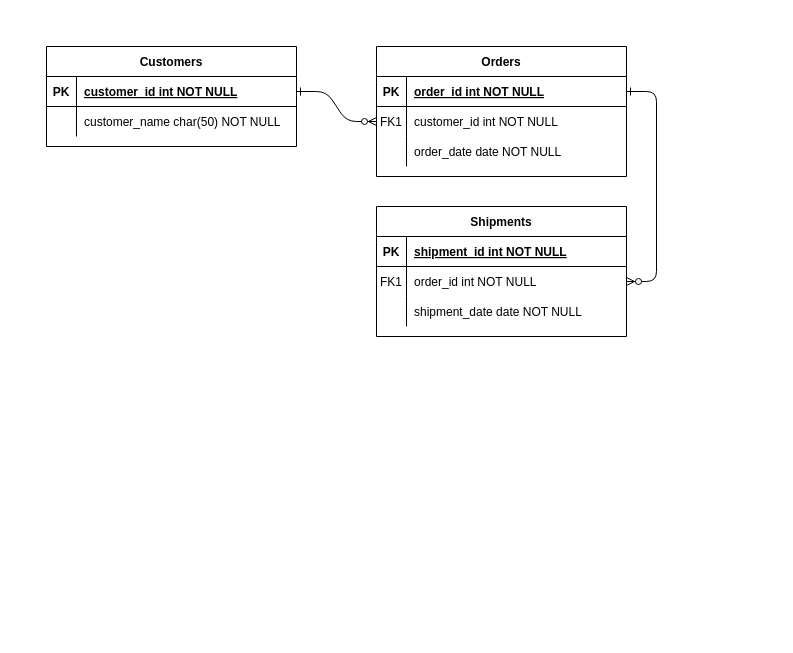
Above: Диаграмма без названия.drawio in KukharenkoArtem/geniuspython (draw.io), before the change. Source tidied: cells renumbered, new cells numbered last; positions are measured from the earlier drawing's top-left corner, leaving out a move shared by most shapes. Both pictures are drawn from the tidied source at 100%, with x=0, y=0 at pixel (46, 46).
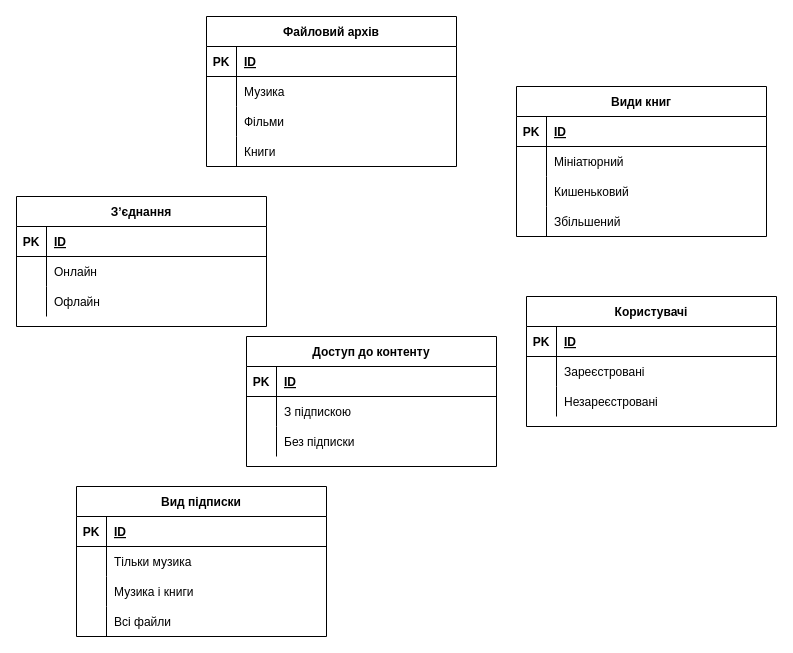
Above is the later version.

The change refers to these unchanged cells:
```xml
<mxCell id="5" style="shape=partialRectangle;fillColor=none;points=[[0,0.5],[1,0.5]];portConstraint=eastwest;top=0;left=0;right=0;bottom=1;" parent="4" vertex="1">
  <mxGeometry y="30" width="250" height="30" as="geometry" />
</mxCell>
<mxCell id="8" style="shape=partialRectangle;fillColor=none;points=[[0,0.5],[1,0.5]];portConstraint=eastwest;top=0;left=0;right=0;bottom=0;" parent="4" vertex="1">
  <mxGeometry y="60" width="250" height="30" as="geometry" />
</mxCell>
<mxCell id="11" style="shape=partialRectangle;fillColor=none;top=0;left=0;right=0;bottom=0;" parent="4" vertex="1">
  <mxGeometry y="90" width="250" height="30" as="geometry" />
</mxCell>
<mxCell id="15" style="shape=partialRectangle;fillColor=none;top=0;left=0;right=0;bottom=1;" parent="14" vertex="1">
  <mxGeometry y="30" width="250" height="30" as="geometry" />
</mxCell>
<mxCell id="18" style="shape=partialRectangle;fillColor=none;points=[[0,0.5],[1,0.5]];portConstraint=eastwest;top=0;left=0;right=0;bottom=0;" parent="14" vertex="1">
  <mxGeometry y="60" width="250" height="30" as="geometry" />
</mxCell>
<mxCell id="21" style="shape=partialRectangle;fillColor=none;top=0;left=0;right=0;bottom=0;" parent="14" vertex="1">
  <mxGeometry y="90" width="250" height="30" as="geometry" />
</mxCell>
<mxCell id="25" style="shape=partialRectangle;fillColor=none;points=[[0,0.5],[1,0.5]];portConstraint=eastwest;top=0;left=0;right=0;bottom=1;" parent="24" vertex="1">
  <mxGeometry y="30" width="250" height="30" as="geometry" />
</mxCell>
<mxCell id="28" style="shape=partialRectangle;fillColor=none;top=0;left=0;right=0;bottom=0;" parent="24" vertex="1">
  <mxGeometry y="60" width="250" height="30" as="geometry" />
</mxCell>
```

Change to the diagram source:
```diff
@@
-    <mxCell id="2" style="edgeStyle=entityRelationEdgeStyle;endArrow=ERzeroToMany;startArrow=ERone;endFill=1;startFill=0;" parent="1" edge="1" source="25" target="8">
-      <mxGeometry relative="1" as="geometry" />
-    </mxCell>
-    <mxCell id="3" style="edgeStyle=entityRelationEdgeStyle;endArrow=ERzeroToMany;startArrow=ERone;endFill=1;startFill=0;" parent="1" edge="1" source="5" target="18">
-      <mxGeometry relative="1" as="geometry" />
-    </mxCell>
-    <mxCell id="4" value="Orders" style="shape=table;startSize=30;childLayout=tableLayout;rowLines=0;fontStyle=1;align=center;" parent="1" vertex="1">
-      <mxGeometry x="330" width="250" height="130" as="geometry" />
+    <mxCell id="4" value="Користувачі" style="shape=table;startSize=30;childLayout=tableLayout;rowLines=0;fontStyle=1;align=center;" parent="1" vertex="1">
+      <mxGeometry x="480" y="250" width="250" height="130" as="geometry" />
     </mxCell>
@@
-    <mxCell id="7" value="order_id int NOT NULL " style="shape=partialRectangle;overflow=hidden;fillColor=none;top=0;left=0;bottom=0;right=0;align=left;spacingLeft=6;fontStyle=5;" parent="5" vertex="1">
+    <mxCell id="7" value="ID" style="shape=partialRectangle;overflow=hidden;fillColor=none;top=0;left=0;bottom=0;right=0;align=left;spacingLeft=6;fontStyle=5;" parent="5" vertex="1">
       <mxGeometry x="30" width="220" height="30" as="geometry" />
     </mxCell>
@@
-    <mxCell id="9" value="FK1" style="shape=partialRectangle;overflow=hidden;fillColor=none;top=0;left=0;bottom=0;right=0;" parent="8" vertex="1">
+    <mxCell id="9" style="shape=partialRectangle;overflow=hidden;fillColor=none;top=0;left=0;bottom=0;right=0;" parent="8" vertex="1">
       <mxGeometry width="30" height="30" as="geometry" />
     </mxCell>
-    <mxCell id="10" value="customer_id int NOT NULL" style="shape=partialRectangle;overflow=hidden;fillColor=none;top=0;left=0;bottom=0;right=0;align=left;spacingLeft=6;" parent="8" vertex="1">
+    <mxCell id="10" value="Зареєстровані" style="shape=partialRectangle;overflow=hidden;fillColor=none;top=0;left=0;bottom=0;right=0;align=left;spacingLeft=6;" parent="8" vertex="1">
       <mxGeometry x="30" width="220" height="30" as="geometry" />
     </mxCell>
@@
-    <mxCell id="13" value="order_date date NOT NULL" style="shape=partialRectangle;overflow=hidden;fillColor=none;top=0;left=0;bottom=0;right=0;align=left;spacingLeft=6;" parent="11" vertex="1">
+    <mxCell id="13" value="Незареєстровані" style="shape=partialRectangle;overflow=hidden;fillColor=none;top=0;left=0;bottom=0;right=0;align=left;spacingLeft=6;" parent="11" vertex="1">
       <mxGeometry x="30" width="220" height="30" as="geometry" />
     </mxCell>
-    <mxCell id="14" value="Shipments" style="shape=table;startSize=30;childLayout=tableLayout;rowLines=0;fontStyle=1;align=center;" parent="1" vertex="1">
-      <mxGeometry x="330" y="160" width="250" height="130" as="geometry" />
+    <mxCell id="14" value="Доступ до контенту" style="shape=table;startSize=30;childLayout=tableLayout;rowLines=0;fontStyle=1;align=center;" parent="1" vertex="1">
+      <mxGeometry x="200" y="290" width="250" height="130" as="geometry" />
     </mxCell>
@@
-    <mxCell id="17" value="shipment_id int NOT NULL " style="shape=partialRectangle;overflow=hidden;fillColor=none;top=0;left=0;bottom=0;right=0;align=left;spacingLeft=6;fontStyle=5;" parent="15" vertex="1">
+    <mxCell id="17" value="ID" style="shape=partialRectangle;overflow=hidden;fillColor=none;top=0;left=0;bottom=0;right=0;align=left;spacingLeft=6;fontStyle=5;" parent="15" vertex="1">
       <mxGeometry x="30" width="220" height="30" as="geometry" />
     </mxCell>
@@
-    <mxCell id="19" value="FK1" style="shape=partialRectangle;overflow=hidden;fillColor=none;top=0;left=0;bottom=0;right=0;" parent="18" vertex="1">
+    <mxCell id="19" style="shape=partialRectangle;overflow=hidden;fillColor=none;top=0;left=0;bottom=0;right=0;" parent="18" vertex="1">
       <mxGeometry width="30" height="30" as="geometry" />
     </mxCell>
-    <mxCell id="20" value="order_id int NOT NULL" style="shape=partialRectangle;overflow=hidden;fillColor=none;top=0;left=0;bottom=0;right=0;align=left;spacingLeft=6;" parent="18" vertex="1">
+    <mxCell id="20" value="З підпискою" style="shape=partialRectangle;overflow=hidden;fillColor=none;top=0;left=0;bottom=0;right=0;align=left;spacingLeft=6;" parent="18" vertex="1">
       <mxGeometry x="30" width="220" height="30" as="geometry" />
     </mxCell>
@@
-    <mxCell id="23" value="shipment_date date NOT NULL" style="shape=partialRectangle;overflow=hidden;fillColor=none;top=0;left=0;bottom=0;right=0;align=left;spacingLeft=6;" parent="21" vertex="1">
+    <mxCell id="23" value="Без підписки" style="shape=partialRectangle;overflow=hidden;fillColor=none;top=0;left=0;bottom=0;right=0;align=left;spacingLeft=6;" parent="21" vertex="1">
       <mxGeometry x="30" width="220" height="30" as="geometry" />
     </mxCell>
-    <mxCell id="24" value="Customers" style="shape=table;startSize=30;childLayout=tableLayout;rowLines=0;fontStyle=1;align=center;" parent="1" vertex="1">
-      <mxGeometry width="250" height="100" as="geometry" />
+    <mxCell id="24" value="Файловий архів" style="shape=table;startSize=30;childLayout=tableLayout;rowLines=0;fontStyle=1;align=center;" parent="1" vertex="1">
+      <mxGeometry x="160" y="-30" width="250" height="150" as="geometry" />
     </mxCell>
@@
-    <mxCell id="27" value="customer_id int NOT NULL " style="shape=partialRectangle;overflow=hidden;fillColor=none;top=0;left=0;bottom=0;right=0;align=left;spacingLeft=6;fontStyle=5;" parent="25" vertex="1">
+    <mxCell id="27" value="ID" style="shape=partialRectangle;overflow=hidden;fillColor=none;top=0;left=0;bottom=0;right=0;align=left;spacingLeft=6;fontStyle=5;" parent="25" vertex="1">
       <mxGeometry x="30" width="220" height="30" as="geometry" />
     </mxCell>
@@
-    <mxCell id="30" value="customer_name char(50) NOT NULL" style="shape=partialRectangle;overflow=hidden;fillColor=none;top=0;left=0;bottom=0;right=0;align=left;spacingLeft=6;" parent="28" vertex="1">
+    <mxCell id="30" value="Музика" style="shape=partialRectangle;overflow=hidden;fillColor=none;top=0;left=0;bottom=0;right=0;align=left;spacingLeft=6;" parent="28" vertex="1">
       <mxGeometry x="30" width="220" height="30" as="geometry" />
     </mxCell>
+    <mxCell id="31" style="shape=partialRectangle;fillColor=none;top=0;left=0;right=0;bottom=0;" parent="24" vertex="1">
+      <mxGeometry y="90" width="250" height="30" as="geometry" />
+    </mxCell>
+    <mxCell id="32" style="shape=partialRectangle;overflow=hidden;fillColor=none;top=0;left=0;bottom=0;right=0;" parent="31" vertex="1">
+      <mxGeometry width="30" height="30" as="geometry" />
+    </mxCell>
+    <mxCell id="33" value="Фільми" style="shape=partialRectangle;overflow=hidden;fillColor=none;top=0;left=0;bottom=0;right=0;align=left;spacingLeft=6;" parent="31" vertex="1">
+      <mxGeometry x="30" width="220" height="30" as="geometry" />
+    </mxCell>
+    <mxCell id="34" style="shape=partialRectangle;fillColor=none;top=0;left=0;right=0;bottom=0;" parent="24" vertex="1">
+      <mxGeometry y="120" width="250" height="30" as="geometry" />
+    </mxCell>
+    <mxCell id="35" style="shape=partialRectangle;overflow=hidden;fillColor=none;top=0;left=0;bottom=0;right=0;" parent="34" vertex="1">
+      <mxGeometry width="30" height="30" as="geometry" />
+    </mxCell>
+    <mxCell id="36" value="Книги" style="shape=partialRectangle;overflow=hidden;fillColor=none;top=0;left=0;bottom=0;right=0;align=left;spacingLeft=6;" parent="34" vertex="1">
+      <mxGeometry x="30" width="220" height="30" as="geometry" />
+    </mxCell>
+    <mxCell id="37" value="Зʼєднання" style="shape=table;startSize=30;childLayout=tableLayout;rowLines=0;fontStyle=1;align=center;" parent="1" vertex="1">
+      <mxGeometry x="-30" y="150" width="250" height="130" as="geometry" />
+    </mxCell>
+    <mxCell id="38" style="shape=partialRectangle;fillColor=none;top=0;left=0;right=0;bottom=1;" parent="37" vertex="1">
+      <mxGeometry y="30" width="250" height="30" as="geometry" />
+    </mxCell>
+    <mxCell id="39" value="PK" style="shape=partialRectangle;overflow=hidden;fillColor=none;top=0;left=0;bottom=0;right=0;fontStyle=1;" parent="38" vertex="1">
+      <mxGeometry width="30" height="30" as="geometry" />
+    </mxCell>
+    <mxCell id="40" value="ID" style="shape=partialRectangle;overflow=hidden;fillColor=none;top=0;left=0;bottom=0;right=0;align=left;spacingLeft=6;fontStyle=5;" parent="38" vertex="1">
+      <mxGeometry x="30" width="220" height="30" as="geometry" />
+    </mxCell>
+    <mxCell id="41" style="shape=partialRectangle;fillColor=none;top=0;left=0;right=0;bottom=0;" parent="37" vertex="1">
+      <mxGeometry y="60" width="250" height="30" as="geometry" />
+    </mxCell>
+    <mxCell id="42" style="shape=partialRectangle;overflow=hidden;fillColor=none;top=0;left=0;bottom=0;right=0;" parent="41" vertex="1">
+      <mxGeometry width="30" height="30" as="geometry" />
+    </mxCell>
+    <mxCell id="43" value="Онлайн" style="shape=partialRectangle;overflow=hidden;fillColor=none;top=0;left=0;bottom=0;right=0;align=left;spacingLeft=6;" parent="41" vertex="1">
+      <mxGeometry x="30" width="220" height="30" as="geometry" />
+    </mxCell>
+    <mxCell id="44" style="shape=partialRectangle;fillColor=none;top=0;left=0;right=0;bottom=0;" parent="37" vertex="1">
+      <mxGeometry y="90" width="250" height="30" as="geometry" />
+    </mxCell>
+    <mxCell id="45" style="shape=partialRectangle;overflow=hidden;fillColor=none;top=0;left=0;bottom=0;right=0;" parent="44" vertex="1">
+      <mxGeometry width="30" height="30" as="geometry" />
+    </mxCell>
+    <mxCell id="46" value="Офлайн" style="shape=partialRectangle;overflow=hidden;fillColor=none;top=0;left=0;bottom=0;right=0;align=left;spacingLeft=6;" parent="44" vertex="1">
+      <mxGeometry x="30" width="220" height="30" as="geometry" />
+    </mxCell>
+    <mxCell id="47" value="Види книг" style="shape=table;startSize=30;childLayout=tableLayout;rowLines=0;fontStyle=1;align=center;" parent="1" vertex="1">
+      <mxGeometry x="470" y="40" width="250" height="150" as="geometry" />
+    </mxCell>
+    <mxCell id="48" style="shape=partialRectangle;fillColor=none;top=0;left=0;right=0;bottom=1;" parent="47" vertex="1">
+      <mxGeometry y="30" width="250" height="30" as="geometry" />
+    </mxCell>
+    <mxCell id="49" value="PK" style="shape=partialRectangle;overflow=hidden;fillColor=none;top=0;left=0;bottom=0;right=0;fontStyle=1;" parent="48" vertex="1">
+      <mxGeometry width="30" height="30" as="geometry" />
+    </mxCell>
+    <mxCell id="50" value="ID" style="shape=partialRectangle;overflow=hidden;fillColor=none;top=0;left=0;bottom=0;right=0;align=left;spacingLeft=6;fontStyle=5;" parent="48" vertex="1">
+      <mxGeometry x="30" width="220" height="30" as="geometry" />
+    </mxCell>
+    <mxCell id="51" style="shape=partialRectangle;fillColor=none;top=0;left=0;right=0;bottom=0;" parent="47" vertex="1">
+      <mxGeometry y="60" width="250" height="30" as="geometry" />
+    </mxCell>
+    <mxCell id="52" style="shape=partialRectangle;overflow=hidden;fillColor=none;top=0;left=0;bottom=0;right=0;" parent="51" vertex="1">
+      <mxGeometry width="30" height="30" as="geometry" />
+    </mxCell>
+    <mxCell id="53" value="Мініатюрний" style="shape=partialRectangle;overflow=hidden;fillColor=none;top=0;left=0;bottom=0;right=0;align=left;spacingLeft=6;" parent="51" vertex="1">
+      <mxGeometry x="30" width="220" height="30" as="geometry" />
+    </mxCell>
+    <mxCell id="54" style="shape=partialRectangle;fillColor=none;top=0;left=0;right=0;bottom=0;" parent="47" vertex="1">
+      <mxGeometry y="90" width="250" height="30" as="geometry" />
+    </mxCell>
+    <mxCell id="55" style="shape=partialRectangle;overflow=hidden;fillColor=none;top=0;left=0;bottom=0;right=0;" parent="54" vertex="1">
+      <mxGeometry width="30" height="30" as="geometry" />
+    </mxCell>
+    <mxCell id="56" value="Кишеньковий" style="shape=partialRectangle;overflow=hidden;fillColor=none;top=0;left=0;bottom=0;right=0;align=left;spacingLeft=6;" parent="54" vertex="1">
+      <mxGeometry x="30" width="220" height="30" as="geometry" />
+    </mxCell>
+    <mxCell id="57" style="shape=partialRectangle;fillColor=none;top=0;left=0;right=0;bottom=0;" parent="47" vertex="1">
+      <mxGeometry y="120" width="250" height="30" as="geometry" />
+    </mxCell>
+    <mxCell id="58" style="shape=partialRectangle;overflow=hidden;fillColor=none;top=0;left=0;bottom=0;right=0;" parent="57" vertex="1">
+      <mxGeometry width="30" height="30" as="geometry" />
+    </mxCell>
+    <mxCell id="59" value="Збільшений" style="shape=partialRectangle;overflow=hidden;fillColor=none;top=0;left=0;bottom=0;right=0;align=left;spacingLeft=6;" parent="57" vertex="1">
+      <mxGeometry x="30" width="220" height="30" as="geometry" />
+    </mxCell>
+    <mxCell id="60" value="Вид підписки" style="shape=table;startSize=30;childLayout=tableLayout;rowLines=0;fontStyle=1;align=center;" parent="1" vertex="1">
+      <mxGeometry x="30" y="440" width="250" height="150" as="geometry" />
+    </mxCell>
+    <mxCell id="61" style="shape=partialRectangle;fillColor=none;top=0;left=0;right=0;bottom=1;" parent="60" vertex="1">
+      <mxGeometry y="30" width="250" height="30" as="geometry" />
+    </mxCell>
+    <mxCell id="62" value="PK" style="shape=partialRectangle;overflow=hidden;fillColor=none;top=0;left=0;bottom=0;right=0;fontStyle=1;" parent="61" vertex="1">
+      <mxGeometry width="30" height="30" as="geometry" />
+    </mxCell>
+    <mxCell id="63" value="ID" style="shape=partialRectangle;overflow=hidden;fillColor=none;top=0;left=0;bottom=0;right=0;align=left;spacingLeft=6;fontStyle=5;" parent="61" vertex="1">
+      <mxGeometry x="30" width="220" height="30" as="geometry" />
+    </mxCell>
+    <mxCell id="64" style="shape=partialRectangle;fillColor=none;top=0;left=0;right=0;bottom=0;" parent="60" vertex="1">
+      <mxGeometry y="60" width="250" height="30" as="geometry" />
+    </mxCell>
+    <mxCell id="65" style="shape=partialRectangle;overflow=hidden;fillColor=none;top=0;left=0;bottom=0;right=0;" parent="64" vertex="1">
+      <mxGeometry width="30" height="30" as="geometry" />
+    </mxCell>
+    <mxCell id="66" value="Тільки музика" style="shape=partialRectangle;overflow=hidden;fillColor=none;top=0;left=0;bottom=0;right=0;align=left;spacingLeft=6;" parent="64" vertex="1">
+      <mxGeometry x="30" width="220" height="30" as="geometry" />
+    </mxCell>
+    <mxCell id="67" style="shape=partialRectangle;fillColor=none;top=0;left=0;right=0;bottom=0;" parent="60" vertex="1">
+      <mxGeometry y="90" width="250" height="30" as="geometry" />
+    </mxCell>
+    <mxCell id="68" style="shape=partialRectangle;overflow=hidden;fillColor=none;top=0;left=0;bottom=0;right=0;" parent="67" vertex="1">
+      <mxGeometry width="30" height="30" as="geometry" />
+    </mxCell>
+    <mxCell id="69" value="Музика і книги" style="shape=partialRectangle;overflow=hidden;fillColor=none;top=0;left=0;bottom=0;right=0;align=left;spacingLeft=6;" parent="67" vertex="1">
+      <mxGeometry x="30" width="220" height="30" as="geometry" />
+    </mxCell>
+    <mxCell id="70" style="shape=partialRectangle;fillColor=none;top=0;left=0;right=0;bottom=0;" parent="60" vertex="1">
+      <mxGeometry y="120" width="250" height="30" as="geometry" />
+    </mxCell>
+    <mxCell id="71" style="shape=partialRectangle;overflow=hidden;fillColor=none;top=0;left=0;bottom=0;right=0;" parent="70" vertex="1">
+      <mxGeometry width="30" height="30" as="geometry" />
+    </mxCell>
+    <mxCell id="72" value="Всі файли" style="shape=partialRectangle;overflow=hidden;fillColor=none;top=0;left=0;bottom=0;right=0;align=left;spacingLeft=6;" parent="70" vertex="1">
+      <mxGeometry x="30" width="220" height="30" as="geometry" />
+    </mxCell>
```
